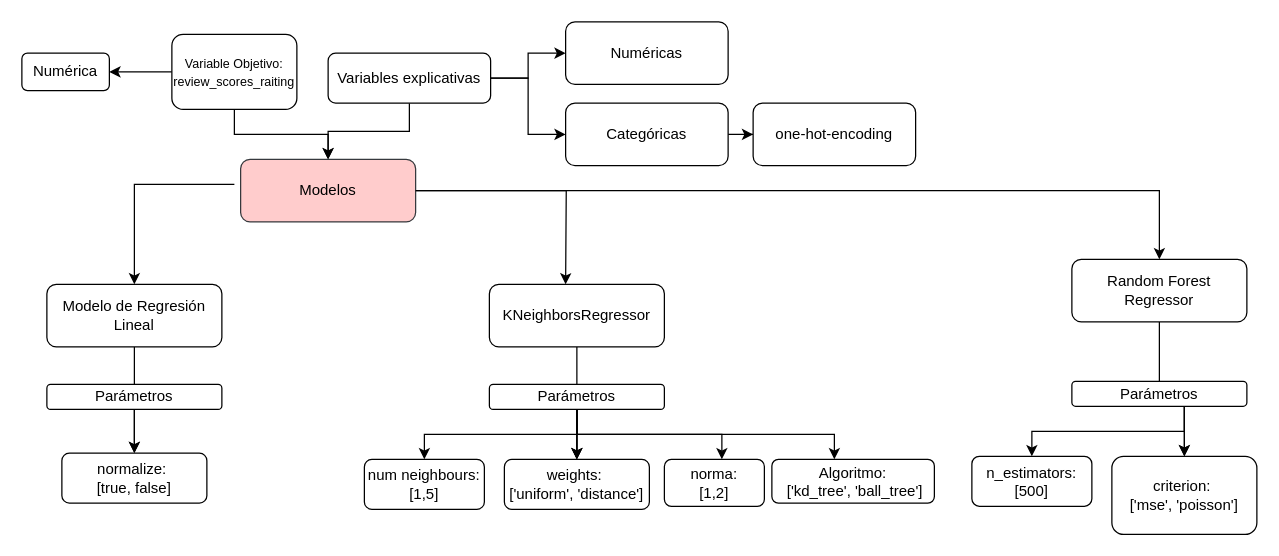
Rebeca98/Proyecto_MineriaDatos keeps this draw.io diagram as Untitled Diagram.drawio. Above is the earlier version. Source tidied: cells renumbered, new cells numbered last; positions are measured from the earlier drawing's top-left corner, leaving out a move shared by most shapes. Both pictures are drawn from the tidied source at 125%, with x=0, y=0 at pixel (21, 21).
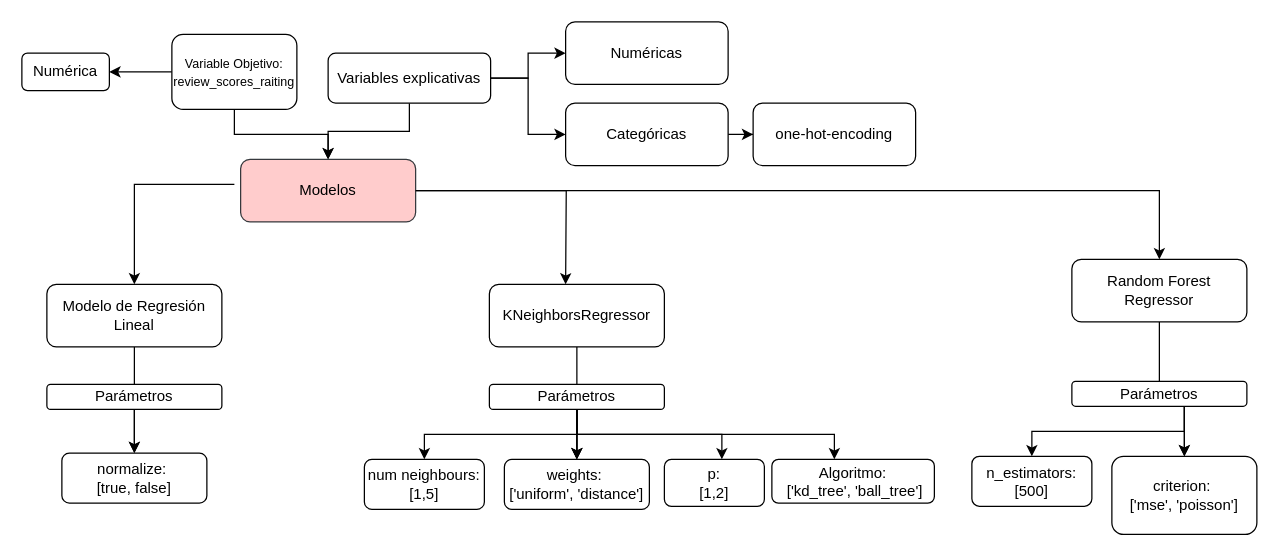
After the change.

Diff of the diagram source:
```diff
@@
-    <mxCell id="27" value="norma: &lt;br&gt;[1,2]" style="rounded=1;whiteSpace=wrap;html=1;fontSize=12;glass=0;strokeWidth=1;shadow=0;" parent="1" vertex="1">
+    <mxCell id="27" value="p: &lt;br&gt;[1,2]" style="rounded=1;whiteSpace=wrap;html=1;fontSize=12;glass=0;strokeWidth=1;shadow=0;" parent="1" vertex="1">
       <mxGeometry x="514" y="350" width="80" height="37.5" as="geometry" />
     </mxCell>
```
